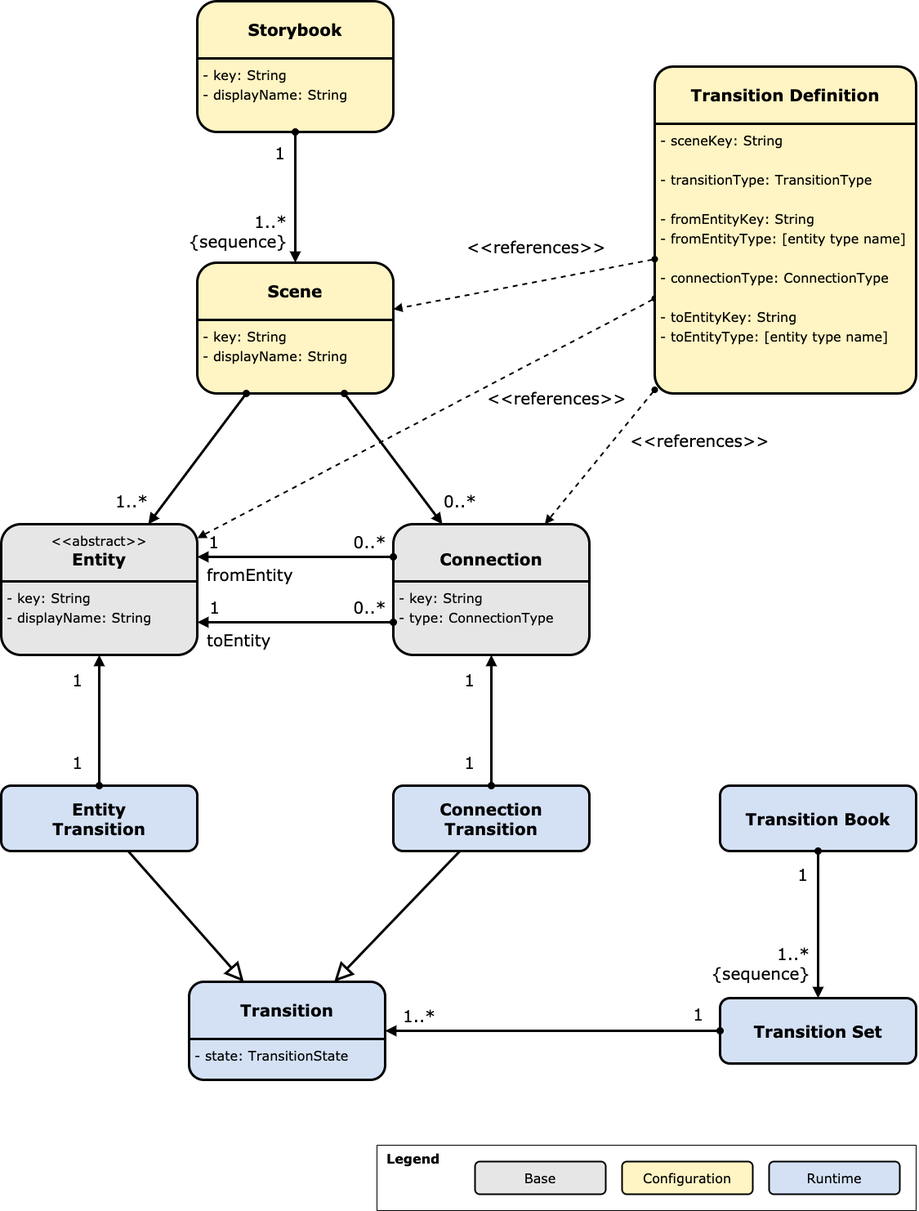
Before: src/main/resources/images/domainmodel_transition.png, a diagram exported from draw.io (martinleggewie/dalandscape). Source tidied: cells renumbered, new cells last; positions are measured from the earlier drawing's top-left corner, leaving out a move shared by most shapes.
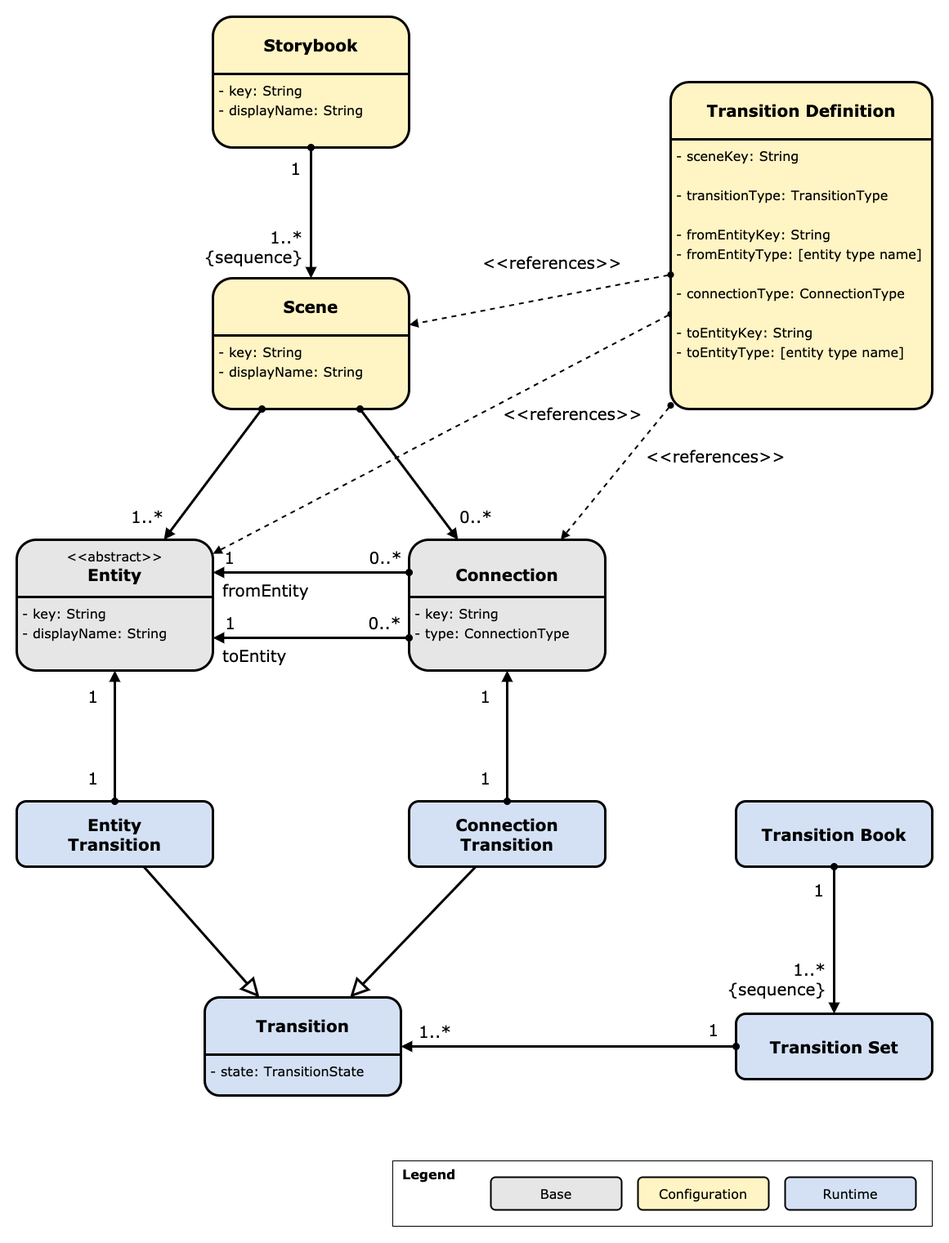
After the change.

Change to the diagram source:
```diff
@@ -2,6 +2,9 @@
   <root>
     <mxCell id="0" />
     <mxCell id="1" parent="0" />
+    <mxCell id="63" style="rounded=0;whiteSpace=wrap;html=1;strokeColor=none;" parent="1" vertex="1">
+      <mxGeometry x="-20" y="-20" width="1160" height="1520" as="geometry" />
+    </mxCell>
     <mxCell id="2" value="Legend" style="rounded=0;whiteSpace=wrap;html=1;labelBackgroundColor=none;strokeWidth=1;fontFamily=Verdana;fontSize=16;align=left;fillColor=#FFFFFF;verticalAlign=top;fontStyle=1;spacingLeft=10;" parent="1" vertex="1">
       <mxGeometry x="460" y="1400" width="660" height="80" as="geometry" />
     </mxCell>
```
